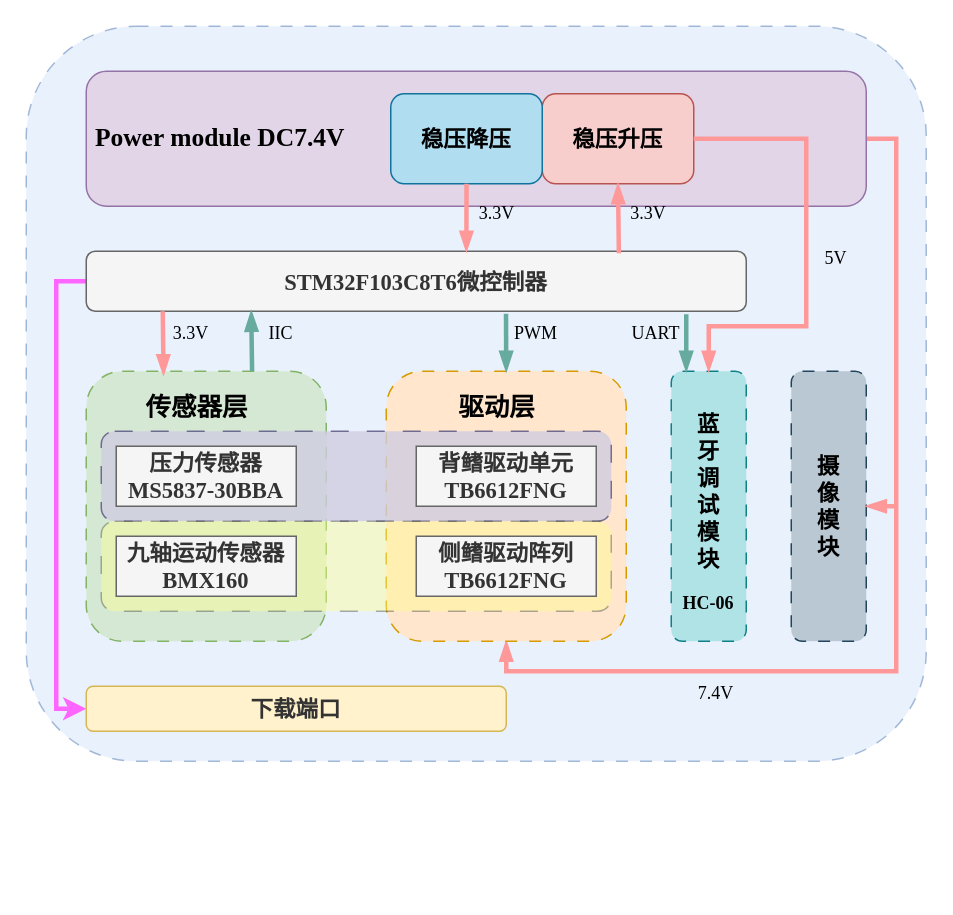
Before: 论文_翻译.drawio in chiguaren3/drawio_project, a draw.io diagram. Source tidied: cells renumbered, new cells numbered last; positions are measured from the earlier drawing's top-left corner, leaving out a move shared by most shapes. Both pictures are drawn from the tidied source at 150%, with x=0, y=0 at pixel (26, 26).
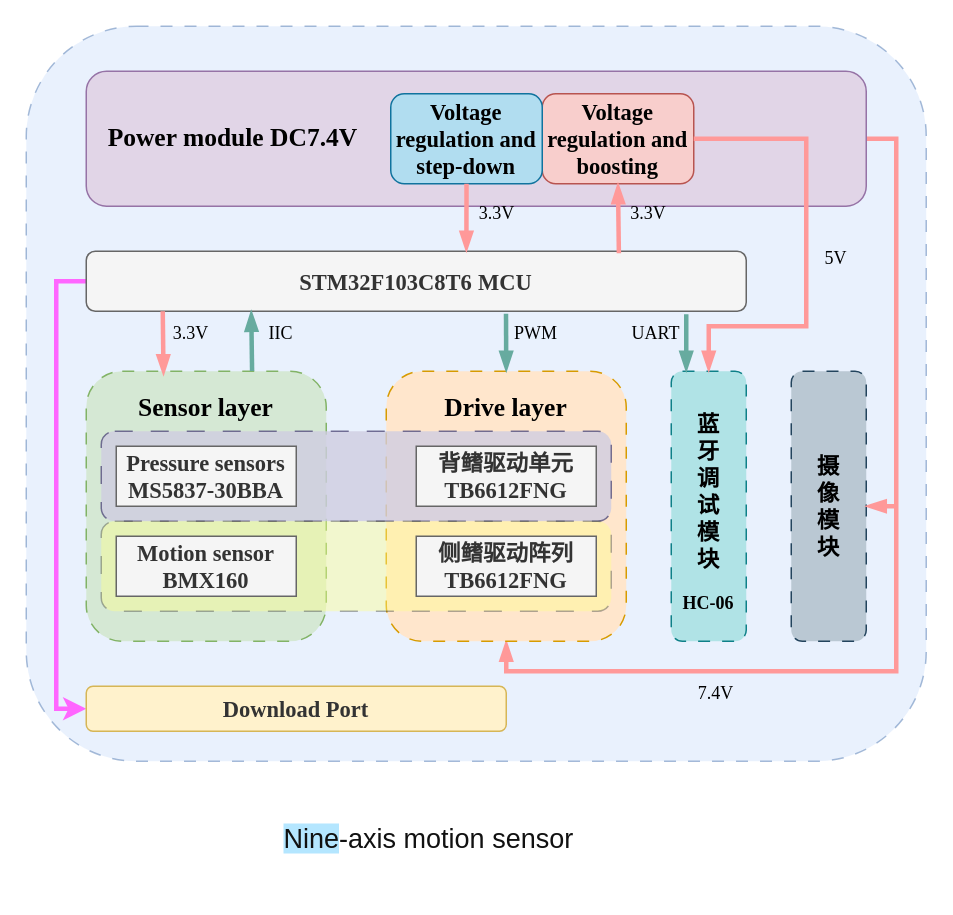
The same page after the edit.

Commit message (it also covers changes not shown here):
更新论文_翻译.drawio

Diff of the diagram source:
```diff
@@
-    <mxCell id="5" value="&lt;font face=&quot;Times New Roman&quot; style=&quot;font-size: 17px;&quot;&gt;&lt;b&gt;&amp;nbsp;&lt;font style=&quot;&quot;&gt;Power module DC7.4V&lt;/font&gt;&lt;/b&gt;&lt;/font&gt;" style="rounded=1;whiteSpace=wrap;html=1;align=left;fillColor=#e1d5e7;strokeColor=#9673a6;" parent="1" vertex="1">
+    <mxCell id="5" value="&lt;font face=&quot;Times New Roman&quot; style=&quot;font-size: 17px;&quot;&gt;&lt;b&gt;&amp;nbsp; &amp;nbsp;&lt;font style=&quot;&quot;&gt;Power module DC7.4V&lt;/font&gt;&lt;/b&gt;&lt;/font&gt;" style="rounded=1;whiteSpace=wrap;html=1;align=left;fillColor=#e1d5e7;strokeColor=#9673a6;" parent="1" vertex="1">
       <mxGeometry x="40" y="30" width="520" height="90" as="geometry" />
     </mxCell>
-    <mxCell id="6" value="&lt;font style=&quot;font-size: 15px;&quot; face=&quot;宋体&quot;&gt;&lt;b style=&quot;&quot;&gt;稳压升压&lt;/b&gt;&lt;/font&gt;" style="rounded=1;whiteSpace=wrap;html=1;fillColor=#f8cecc;strokeColor=#b85450;" parent="1" vertex="1">
+    <mxCell id="6" value="&lt;b style=&quot;&quot;&gt;&lt;font style=&quot;font-size: 15px;&quot; face=&quot;Times New Roman&quot;&gt;Voltage regulation and boosting&lt;/font&gt;&lt;/b&gt;" style="rounded=1;whiteSpace=wrap;html=1;fillColor=#f8cecc;strokeColor=#b85450;" parent="1" vertex="1">
       <mxGeometry x="344" y="45" width="101" height="60" as="geometry" />
     </mxCell>
-    <mxCell id="7" value="&lt;font style=&quot;font-size: 15px;&quot; face=&quot;宋体&quot;&gt;&lt;b style=&quot;&quot;&gt;稳压降压&lt;/b&gt;&lt;/font&gt;" style="rounded=1;whiteSpace=wrap;html=1;fillColor=#b1ddf0;strokeColor=#10739e;" parent="1" vertex="1">
+    <mxCell id="7" value="&lt;b style=&quot;&quot;&gt;&lt;font style=&quot;font-size: 15px;&quot; face=&quot;Times New Roman&quot;&gt;Voltage regulation and step-down&lt;/font&gt;&lt;/b&gt;" style="rounded=1;whiteSpace=wrap;html=1;fillColor=#b1ddf0;strokeColor=#10739e;align=center;" parent="1" vertex="1">
       <mxGeometry x="243" y="45" width="101" height="60" as="geometry" />
     </mxCell>
@@
-    <mxCell id="9" value="&lt;font style=&quot;font-size: 15px;&quot;&gt;&lt;b style=&quot;&quot;&gt;&lt;font face=&quot;Times New Roman&quot;&gt;STM32F103C8T6&lt;/font&gt;&lt;font face=&quot;宋体&quot;&gt;微控制器&lt;/font&gt;&lt;/b&gt;&lt;/font&gt;" style="rounded=1;whiteSpace=wrap;html=1;fillColor=#f5f5f5;fontColor=#333333;strokeColor=#666666;" parent="1" vertex="1">
+    <mxCell id="9" value="&lt;font style=&quot;font-size: 15px;&quot;&gt;&lt;b style=&quot;&quot;&gt;&lt;font face=&quot;Times New Roman&quot;&gt;STM32F103C8T6&lt;/font&gt;&lt;font face=&quot;宋体&quot;&gt;&amp;nbsp;&lt;/font&gt;&lt;font face=&quot;Times New Roman&quot;&gt;MCU&lt;/font&gt;&lt;/b&gt;&lt;/font&gt;" style="rounded=1;whiteSpace=wrap;html=1;fillColor=#f5f5f5;fontColor=#333333;strokeColor=#666666;" parent="1" vertex="1">
       <mxGeometry x="40" y="150" width="440" height="40" as="geometry" />
     </mxCell>
-    <mxCell id="10" value="&lt;font style=&quot;font-size: 17px;&quot; face=&quot;宋体&quot;&gt;&lt;b style=&quot;&quot;&gt;传感器层&lt;/b&gt;&lt;/font&gt;" style="text;html=1;align=center;verticalAlign=middle;whiteSpace=wrap;rounded=0;" parent="1" vertex="1">
-      <mxGeometry x="74" y="240" width="80" height="30" as="geometry" />
+    <mxCell id="10" value="&lt;font face=&quot;Times New Roman&quot; style=&quot;font-size: 17px;&quot;&gt;&lt;b style=&quot;&quot;&gt;Sensor layer&lt;/b&gt;&lt;/font&gt;" style="text;html=1;align=center;verticalAlign=middle;whiteSpace=wrap;rounded=0;" parent="1" vertex="1">
+      <mxGeometry x="74" y="240" width="92" height="30" as="geometry" />
     </mxCell>
@@
-    <mxCell id="12" value="&lt;font style=&quot;font-size: 17px;&quot; face=&quot;宋体&quot;&gt;&lt;b style=&quot;&quot;&gt;驱动层&lt;/b&gt;&lt;/font&gt;" style="text;html=1;align=center;verticalAlign=middle;whiteSpace=wrap;rounded=0;" parent="1" vertex="1">
-      <mxGeometry x="274" y="240" width="80" height="30" as="geometry" />
-    </mxCell>
-    <mxCell id="13" value="&lt;b style=&quot;color: rgb(51, 51, 51); font-size: 15px;&quot;&gt;&lt;font face=&quot;宋体&quot;&gt;下载端口&lt;/font&gt;&lt;/b&gt;" style="rounded=1;whiteSpace=wrap;html=1;fillColor=#fff2cc;strokeColor=#d6b656;" parent="1" vertex="1">
+    <mxCell id="13" value="&lt;b style=&quot;color: rgb(51, 51, 51); font-size: 15px;&quot;&gt;&lt;font face=&quot;Times New Roman&quot;&gt;Download Port&lt;/font&gt;&lt;/b&gt;" style="rounded=1;whiteSpace=wrap;html=1;fillColor=#fff2cc;strokeColor=#d6b656;" parent="1" vertex="1">
       <mxGeometry x="40" y="440" width="280" height="30" as="geometry" />
     </mxCell>
@@
-    <mxCell id="34" value="&lt;b&gt;&lt;font style=&quot;font-size: 15px;&quot; face=&quot;宋体&quot;&gt;压力传感器&lt;/font&gt;&lt;/b&gt;&lt;div&gt;&lt;font style=&quot;font-size: 15px;&quot; face=&quot;Times New Roman&quot;&gt;&lt;b style=&quot;&quot;&gt;MS5837-30BBA&lt;/b&gt;&lt;/font&gt;&lt;/div&gt;" style="rounded=0;whiteSpace=wrap;html=1;fillColor=#f5f5f5;fontColor=#333333;strokeColor=#666666;" parent="1" vertex="1">
+    <mxCell id="34" value="&lt;span style=&quot;font-size: 15px;&quot;&gt;&lt;b style=&quot;&quot;&gt;&lt;font face=&quot;Times New Roman&quot;&gt;Pressure sensors&lt;/font&gt;&lt;/b&gt;&lt;/span&gt;&lt;br&gt;&lt;div&gt;&lt;font style=&quot;font-size: 15px;&quot; face=&quot;Times New Roman&quot;&gt;&lt;b style=&quot;&quot;&gt;MS5837-30BBA&lt;/b&gt;&lt;/font&gt;&lt;/div&gt;" style="rounded=0;whiteSpace=wrap;html=1;fillColor=#f5f5f5;fontColor=#333333;strokeColor=#666666;" parent="1" vertex="1">
       <mxGeometry x="60" y="280" width="120" height="40" as="geometry" />
     </mxCell>
@@
-    <mxCell id="38" value="&lt;font face=&quot;宋体&quot;&gt;&lt;span style=&quot;font-size: 15px;&quot;&gt;&lt;b&gt;九轴运动传感器&lt;/b&gt;&lt;/span&gt;&lt;/font&gt;&lt;br&gt;&lt;div&gt;&lt;font style=&quot;font-size: 15px;&quot; face=&quot;Times New Roman&quot;&gt;&lt;b style=&quot;&quot;&gt;BMX160&lt;/b&gt;&lt;/font&gt;&lt;/div&gt;" style="rounded=0;whiteSpace=wrap;html=1;fillColor=#f5f5f5;fontColor=#333333;strokeColor=#666666;" parent="1" vertex="1">
+    <mxCell id="38" value="&lt;font style=&quot;font-size: 15px;&quot;&gt;&lt;b style=&quot;&quot;&gt;&lt;font style=&quot;&quot; face=&quot;Times New Roman&quot;&gt;Motion sensor&lt;/font&gt;&lt;/b&gt;&lt;br&gt;&lt;/font&gt;&lt;div&gt;&lt;font style=&quot;font-size: 15px;&quot; face=&quot;Times New Roman&quot;&gt;&lt;b style=&quot;&quot;&gt;BMX160&lt;/b&gt;&lt;/font&gt;&lt;/div&gt;" style="rounded=0;whiteSpace=wrap;html=1;fillColor=#f5f5f5;fontColor=#333333;strokeColor=#666666;" parent="1" vertex="1">
       <mxGeometry x="60" y="340" width="120" height="40" as="geometry" />
     </mxCell>
@@
+    <mxCell id="41" value="&lt;font face=&quot;Times New Roman&quot; style=&quot;font-size: 17px;&quot;&gt;&lt;b style=&quot;&quot;&gt;Drive layer&lt;/b&gt;&lt;/font&gt;" style="text;html=1;align=center;verticalAlign=middle;whiteSpace=wrap;rounded=0;" parent="1" vertex="1">
+      <mxGeometry x="274" y="240" width="92" height="30" as="geometry" />
+    </mxCell>
+    <mxCell id="42" value="&lt;span class=&quot;tta_align&quot; style=&quot;background-color: rgb(180, 230, 255); cursor: pointer; color: rgb(17, 17, 17); font-family: Arial, Helvetica, sans-serif; font-size: 18px; font-style: normal; font-variant-ligatures: normal; font-variant-caps: normal; font-weight: 400; letter-spacing: normal; orphans: 2; text-align: start; text-indent: 0px; text-transform: none; widows: 2; word-spacing: 0px; -webkit-text-stroke-width: 0px; white-space: pre-wrap; text-decoration-thickness: initial; text-decoration-style: initial; text-decoration-color: initial;&quot;&gt;Nine&lt;/span&gt;&lt;span class=&quot;&quot; style=&quot;cursor: pointer; color: rgb(17, 17, 17); font-family: Arial, Helvetica, sans-serif; font-size: 18px; font-style: normal; font-variant-ligatures: normal; font-variant-caps: normal; font-weight: 400; letter-spacing: normal; orphans: 2; text-align: start; text-indent: 0px; text-transform: none; widows: 2; word-spacing: 0px; -webkit-text-stroke-width: 0px; white-space: pre-wrap; text-decoration-thickness: initial; text-decoration-style: initial; text-decoration-color: initial;&quot;&gt;-&lt;/span&gt;&lt;span class=&quot;&quot; style=&quot;cursor: pointer; color: rgb(17, 17, 17); font-family: Arial, Helvetica, sans-serif; font-size: 18px; font-style: normal; font-variant-ligatures: normal; font-variant-caps: normal; font-weight: 400; letter-spacing: normal; orphans: 2; text-align: start; text-indent: 0px; text-transform: none; widows: 2; word-spacing: 0px; -webkit-text-stroke-width: 0px; white-space: pre-wrap; text-decoration-thickness: initial; text-decoration-style: initial; text-decoration-color: initial;&quot;&gt;axis&lt;/span&gt;&lt;span style=&quot;cursor: pointer; color: rgb(17, 17, 17); font-family: Arial, Helvetica, sans-serif; font-size: 18px; font-style: normal; font-variant-ligatures: normal; font-variant-caps: normal; font-weight: 400; letter-spacing: normal; orphans: 2; text-align: start; text-indent: 0px; text-transform: none; widows: 2; word-spacing: 0px; -webkit-text-stroke-width: 0px; white-space: pre-wrap; text-decoration-thickness: initial; text-decoration-style: initial; text-decoration-color: initial;&quot;&gt; &lt;/span&gt;&lt;span class=&quot;&quot; style=&quot;cursor: pointer; color: rgb(17, 17, 17); font-family: Arial, Helvetica, sans-serif; font-size: 18px; font-style: normal; font-variant-ligatures: normal; font-variant-caps: normal; font-weight: 400; letter-spacing: normal; orphans: 2; text-align: start; text-indent: 0px; text-transform: none; widows: 2; word-spacing: 0px; -webkit-text-stroke-width: 0px; white-space: pre-wrap; text-decoration-thickness: initial; text-decoration-style: initial; text-decoration-color: initial;&quot;&gt;motion&lt;/span&gt;&lt;span style=&quot;cursor: pointer; color: rgb(17, 17, 17); font-family: Arial, Helvetica, sans-serif; font-size: 18px; font-style: normal; font-variant-ligatures: normal; font-variant-caps: normal; font-weight: 400; letter-spacing: normal; orphans: 2; text-align: start; text-indent: 0px; text-transform: none; widows: 2; word-spacing: 0px; -webkit-text-stroke-width: 0px; white-space: pre-wrap; text-decoration-thickness: initial; text-decoration-style: initial; text-decoration-color: initial;&quot;&gt; &lt;/span&gt;&lt;span class=&quot;&quot; style=&quot;cursor: pointer; color: rgb(17, 17, 17); font-family: Arial, Helvetica, sans-serif; font-size: 18px; font-style: normal; font-variant-ligatures: normal; font-variant-caps: normal; font-weight: 400; letter-spacing: normal; orphans: 2; text-align: start; text-indent: 0px; text-transform: none; widows: 2; word-spacing: 0px; -webkit-text-stroke-width: 0px; white-space: pre-wrap; text-decoration-thickness: initial; text-decoration-style: initial; text-decoration-color: initial;&quot;&gt;sensor&lt;/span&gt;" style="text;whiteSpace=wrap;html=1;" parent="1" vertex="1">
+      <mxGeometry x="170" y="525" width="230" height="50" as="geometry" />
+    </mxCell>
```
